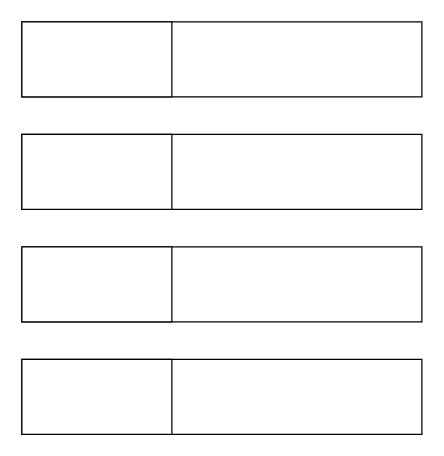
Above: Unbenanntes Diagramm.drawio in danmas221/Spring-Boot-Anwendung (draw.io), before the change. Source tidied: cells renumbered, new cells numbered last; positions are measured from the earlier drawing's top-left corner, leaving out a move shared by most shapes. Both pictures are drawn from the tidied source at 125%, with x=0, y=0 at pixel (21, 21).
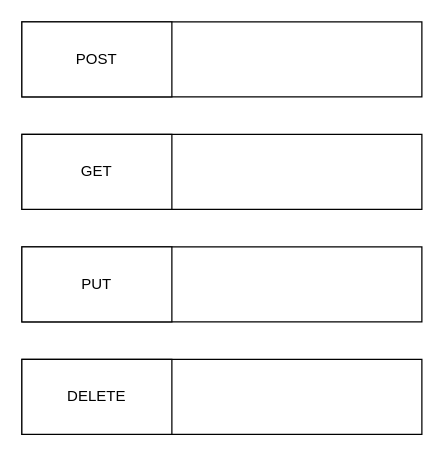
The same diagram, later.

Diff of the diagram source:
```diff
@@
 <mxGraphModel>
   <root>
     <mxCell id="0" />
     <mxCell id="1" parent="0" />
     <mxCell id="2" style="rounded=0;whiteSpace=wrap;html=1;" parent="1" vertex="1">
       <mxGeometry width="320" height="60" as="geometry" />
     </mxCell>
-    <mxCell id="3" style="rounded=0;whiteSpace=wrap;html=1;" parent="1" vertex="1">
+    <mxCell id="3" value="POST" style="rounded=0;whiteSpace=wrap;html=1;" parent="1" vertex="1">
       <mxGeometry width="120" height="60" as="geometry" />
     </mxCell>
     <mxCell id="4" style="rounded=0;whiteSpace=wrap;html=1;" parent="1" vertex="1">
       <mxGeometry y="90" width="320" height="60" as="geometry" />
     </mxCell>
-    <mxCell id="5" style="rounded=0;whiteSpace=wrap;html=1;" parent="1" vertex="1">
+    <mxCell id="5" value="GET" style="rounded=0;whiteSpace=wrap;html=1;" parent="1" vertex="1">
       <mxGeometry y="90" width="120" height="60" as="geometry" />
     </mxCell>
     <mxCell id="6" style="rounded=0;whiteSpace=wrap;html=1;" parent="1" vertex="1">
       <mxGeometry y="180" width="320" height="60" as="geometry" />
     </mxCell>
-    <mxCell id="7" style="rounded=0;whiteSpace=wrap;html=1;" parent="1" vertex="1">
+    <mxCell id="7" value="PUT" style="rounded=0;whiteSpace=wrap;html=1;" parent="1" vertex="1">
       <mxGeometry y="180" width="120" height="60" as="geometry" />
     </mxCell>
     <mxCell id="8" style="rounded=0;whiteSpace=wrap;html=1;" parent="1" vertex="1">
       <mxGeometry y="270" width="320" height="60" as="geometry" />
     </mxCell>
-    <mxCell id="9" style="rounded=0;whiteSpace=wrap;html=1;" parent="1" vertex="1">
+    <mxCell id="9" value="DELETE" style="rounded=0;whiteSpace=wrap;html=1;" parent="1" vertex="1">
       <mxGeometry y="270" width="120" height="60" as="geometry" />
     </mxCell>
   </root>
 </mxGraphModel>
```
